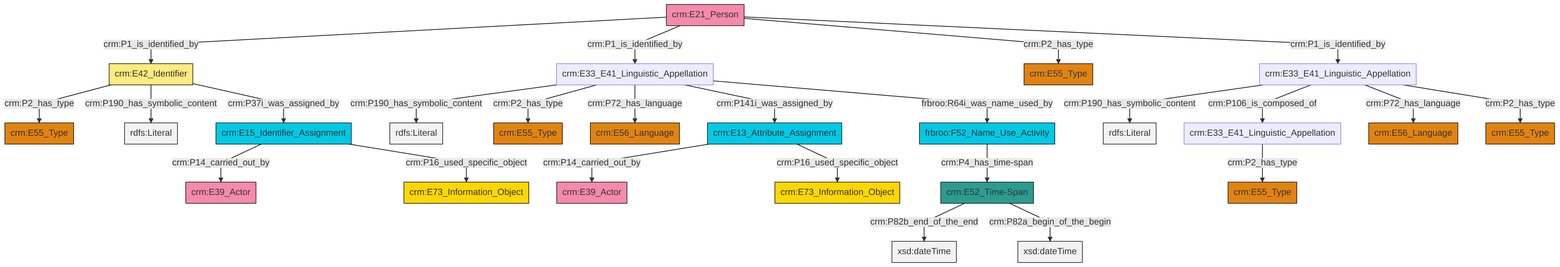
This is et/personCSV/ttl/mmd/png/Person_Names_and_Classification.png from swiss-art-research-net/docs.swissartresearch, a Mermaid export, as it was before one commit. Its source is kept beside it as et/personCSV/ttl/mmd/Person_Names_and_Classification.ttl.mmd.
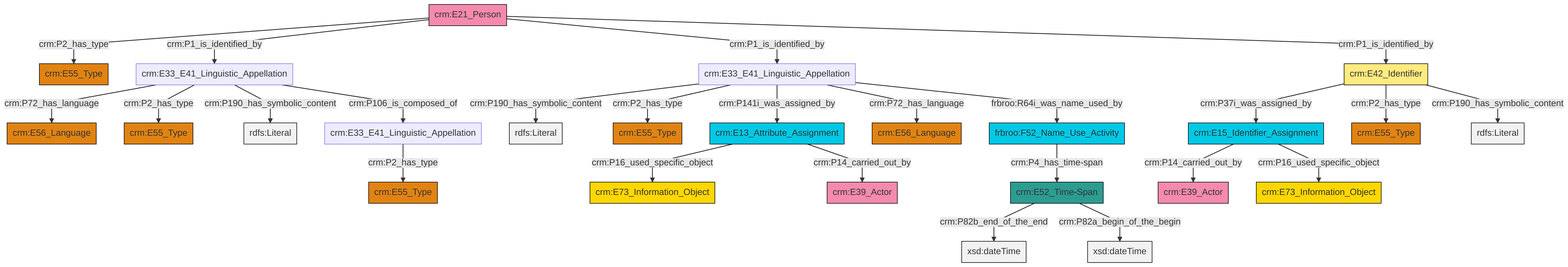
The same file after the commit.

Change to the diagram source:
```diff
@@ -13,27 +13,27 @@
 classDef PC_Classes fill:#4ce600, stroke:#000000;
 classDef Multi fill:#cccccc,stroke:#000000;
 
-0["crm:E21_Person"]:::Actor -->|crm:P1_is_identified_by| 1["crm:E42_Identifier"]:::Appellation
-6["crm:E33_E41_Linguistic_Appellation"]:::Default -->|crm:P190_has_symbolic_content| 7[rdfs:Literal]:::Literal
+0["crm:E21_Person"]:::Actor -->|crm:P2_has_type| 1["crm:E55_Type"]:::Type
+4["crm:E33_E41_Linguistic_Appellation"]:::Default -->|crm:P190_has_symbolic_content| 5[rdfs:Literal]:::Literal
+8["crm:E13_Attribute_Assignment"]:::Temporal_Entity -->|crm:P16_used_specific_object| 9["crm:E73_Information_Object"]:::Conceptual_Object
+6["frbroo:F52_Name_Use_Activity"]:::Temporal_Entity -->|crm:P4_has_time-span| 2["crm:E52_Time-Span"]:::Time-Span
+14["crm:E33_E41_Linguistic_Appellation"]:::Default -->|crm:P72_has_language| 15["crm:E56_Language"]:::Type
+16["crm:E15_Identifier_Assignment"]:::Temporal_Entity -->|crm:P14_carried_out_by| 12["crm:E39_Actor"]:::Actor
+0["crm:E21_Person"]:::Actor -->|crm:P1_is_identified_by| 14["crm:E33_E41_Linguistic_Appellation"]:::Default
+14["crm:E33_E41_Linguistic_Appellation"]:::Default -->|crm:P2_has_type| 10["crm:E55_Type"]:::Type
+20["crm:E33_E41_Linguistic_Appellation"]:::Default -->|crm:P2_has_type| 21["crm:E55_Type"]:::Type
+2["crm:E52_Time-Span"]:::Time-Span -->|crm:P82b_end_of_the_end| 22[xsd:dateTime]:::Literal
+16["crm:E15_Identifier_Assignment"]:::Temporal_Entity -->|crm:P16_used_specific_object| 18["crm:E73_Information_Object"]:::Conceptual_Object
+4["crm:E33_E41_Linguistic_Appellation"]:::Default -->|crm:P2_has_type| 24["crm:E55_Type"]:::Type
+4["crm:E33_E41_Linguistic_Appellation"]:::Default -->|crm:P141i_was_assigned_by| 8["crm:E13_Attribute_Assignment"]:::Temporal_Entity
 0["crm:E21_Person"]:::Actor -->|crm:P1_is_identified_by| 4["crm:E33_E41_Linguistic_Appellation"]:::Default
-6["crm:E33_E41_Linguistic_Appellation"]:::Default -->|crm:P106_is_composed_of| 13["crm:E33_E41_Linguistic_Appellation"]:::Default
-4["crm:E33_E41_Linguistic_Appellation"]:::Default -->|crm:P190_has_symbolic_content| 14[rdfs:Literal]:::Literal
-15["frbroo:F52_Name_Use_Activity"]:::Temporal_Entity -->|crm:P4_has_time-span| 16["crm:E52_Time-Span"]:::Time-Span
-1["crm:E42_Identifier"]:::Appellation -->|crm:P2_has_type| 18["crm:E55_Type"]:::Type
-6["crm:E33_E41_Linguistic_Appellation"]:::Default -->|crm:P72_has_language| 19["crm:E56_Language"]:::Type
-23["crm:E13_Attribute_Assignment"]:::Temporal_Entity -->|crm:P14_carried_out_by| 24["crm:E39_Actor"]:::Actor
-25["crm:E15_Identifier_Assignment"]:::Temporal_Entity -->|crm:P14_carried_out_by| 10["crm:E39_Actor"]:::Actor
-4["crm:E33_E41_Linguistic_Appellation"]:::Default -->|crm:P2_has_type| 30["crm:E55_Type"]:::Type
-25["crm:E15_Identifier_Assignment"]:::Temporal_Entity -->|crm:P16_used_specific_object| 2["crm:E73_Information_Object"]:::Conceptual_Object
-1["crm:E42_Identifier"]:::Appellation -->|crm:P190_has_symbolic_content| 33[rdfs:Literal]:::Literal
-1["crm:E42_Identifier"]:::Appellation -->|crm:P37i_was_assigned_by| 25["crm:E15_Identifier_Assignment"]:::Temporal_Entity
-16["crm:E52_Time-Span"]:::Time-Span -->|crm:P82b_end_of_the_end| 34[xsd:dateTime]:::Literal
-4["crm:E33_E41_Linguistic_Appellation"]:::Default -->|crm:P72_has_language| 35["crm:E56_Language"]:::Type
-4["crm:E33_E41_Linguistic_Appellation"]:::Default -->|crm:P141i_was_assigned_by| 23["crm:E13_Attribute_Assignment"]:::Temporal_Entity
-23["crm:E13_Attribute_Assignment"]:::Temporal_Entity -->|crm:P16_used_specific_object| 8["crm:E73_Information_Object"]:::Conceptual_Object
-0["crm:E21_Person"]:::Actor -->|crm:P2_has_type| 20["crm:E55_Type"]:::Type
-13["crm:E33_E41_Linguistic_Appellation"]:::Default -->|crm:P2_has_type| 26["crm:E55_Type"]:::Type
-4["crm:E33_E41_Linguistic_Appellation"]:::Default -->|frbroo:R64i_was_name_used_by| 15["frbroo:F52_Name_Use_Activity"]:::Temporal_Entity
-16["crm:E52_Time-Span"]:::Time-Span -->|crm:P82a_begin_of_the_begin| 44[xsd:dateTime]:::Literal
-6["crm:E33_E41_Linguistic_Appellation"]:::Default -->|crm:P2_has_type| 37["crm:E55_Type"]:::Type
-0["crm:E21_Person"]:::Actor -->|crm:P1_is_identified_by| 6["crm:E33_E41_Linguistic_Appellation"]:::Default
+8["crm:E13_Attribute_Assignment"]:::Temporal_Entity -->|crm:P14_carried_out_by| 26["crm:E39_Actor"]:::Actor
+4["crm:E33_E41_Linguistic_Appellation"]:::Default -->|crm:P72_has_language| 29["crm:E56_Language"]:::Type
+31["crm:E42_Identifier"]:::Appellation -->|crm:P37i_was_assigned_by| 16["crm:E15_Identifier_Assignment"]:::Temporal_Entity
+4["crm:E33_E41_Linguistic_Appellation"]:::Default -->|frbroo:R64i_was_name_used_by| 6["frbroo:F52_Name_Use_Activity"]:::Temporal_Entity
+14["crm:E33_E41_Linguistic_Appellation"]:::Default -->|crm:P190_has_symbolic_content| 37[rdfs:Literal]:::Literal
+31["crm:E42_Identifier"]:::Appellation -->|crm:P2_has_type| 40["crm:E55_Type"]:::Type
+2["crm:E52_Time-Span"]:::Time-Span -->|crm:P82a_begin_of_the_begin| 41[xsd:dateTime]:::Literal
+31["crm:E42_Identifier"]:::Appellation -->|crm:P190_has_symbolic_content| 43[rdfs:Literal]:::Literal
+14["crm:E33_E41_Linguistic_Appellation"]:::Default -->|crm:P106_is_composed_of| 20["crm:E33_E41_Linguistic_Appellation"]:::Default
+0["crm:E21_Person"]:::Actor -->|crm:P1_is_identified_by| 31["crm:E42_Identifier"]:::Appellation
```
